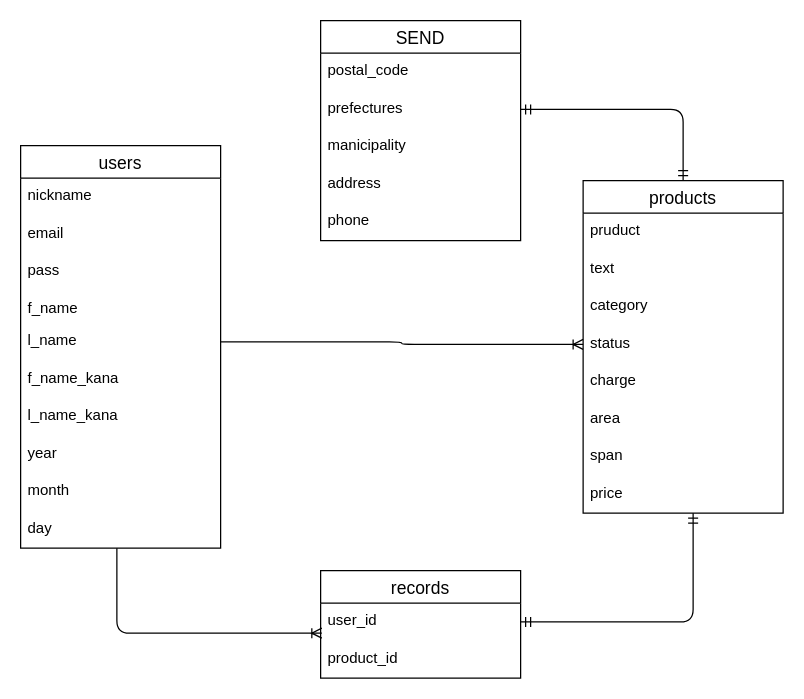
cafeaulate/furima-33837 keeps this draw.io diagram as furima.dio. Above is the earlier version. Source tidied: cells renumbered, new cells numbered last; positions are measured from the earlier drawing's top-left corner, leaving out a move shared by most shapes. Both pictures are drawn from the tidied source at 125%, with x=0, y=0 at pixel (20, 20).
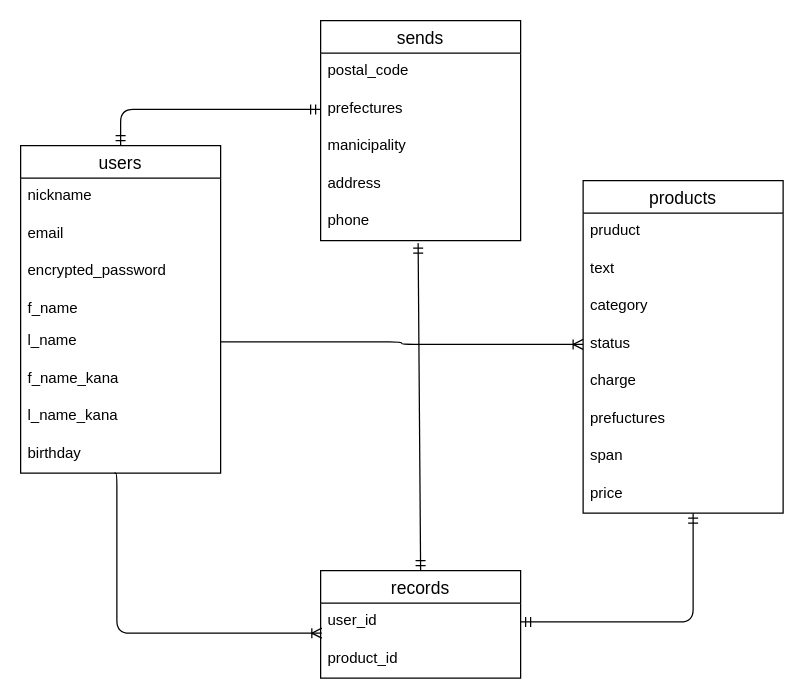
The same page after the edit.

The change refers to these unchanged cells:
```xml
<mxCell id="13" value="records" style="swimlane;fontStyle=0;horizontal=1;startSize=26;align=center;fontSize=14;" parent="1" vertex="1">
  <mxGeometry x="240" y="440" width="160" height="86" as="geometry" />
</mxCell>
<mxCell id="14" value="user_id" style="text;strokeColor=none;fillColor=none;spacingLeft=4;spacingRight=4;overflow=hidden;points=[[0,0.5],[1,0.5]];portConstraint=eastwest;fontSize=12;" parent="13" vertex="1">
  <mxGeometry y="26" width="160" height="30" as="geometry" />
</mxCell>
<mxCell id="18" value="prefectures" style="text;strokeColor=none;fillColor=none;spacingLeft=4;spacingRight=4;overflow=hidden;points=[[0,0.5],[1,0.5]];portConstraint=eastwest;fontSize=12;" parent="16" vertex="1">
  <mxGeometry y="56" width="160" height="30" as="geometry" />
</mxCell>
<mxCell id="22" value="products" style="swimlane;fontStyle=0;horizontal=1;startSize=26;align=center;fontSize=14;" parent="1" vertex="1">
  <mxGeometry x="450" y="128" width="160" height="266" as="geometry" />
</mxCell>
```

Change to the diagram source:
```diff
@@
     <mxCell id="2" value="users" style="swimlane;fontStyle=0;horizontal=1;startSize=26;align=center;fontSize=14;" parent="1" vertex="1">
-      <mxGeometry y="100" width="160" height="322" as="geometry" />
+      <mxGeometry y="100" width="160" height="262" as="geometry" />
     </mxCell>
@@
-    <mxCell id="5" value="pass" style="text;strokeColor=none;fillColor=none;spacingLeft=4;spacingRight=4;overflow=hidden;fontSize=12;" parent="2" vertex="1">
+    <mxCell id="5" value="encrypted_password" style="text;strokeColor=none;fillColor=none;spacingLeft=4;spacingRight=4;overflow=hidden;fontSize=12;" parent="2" vertex="1">
       <mxGeometry y="86" width="160" height="30" as="geometry" />
     </mxCell>
@@
-    <mxCell id="10" value="year" style="text;strokeColor=none;fillColor=none;spacingLeft=4;spacingRight=4;overflow=hidden;points=[[0,0.5],[1,0.5]];portConstraint=eastwest;fontSize=12;" parent="2" vertex="1">
+    <mxCell id="10" value="birthday" style="text;strokeColor=none;fillColor=none;spacingLeft=4;spacingRight=4;overflow=hidden;points=[[0,0.5],[1,0.5]];portConstraint=eastwest;fontSize=12;" parent="2" vertex="1">
       <mxGeometry y="232" width="160" height="30" as="geometry" />
     </mxCell>
-    <mxCell id="11" value="month" style="text;strokeColor=none;fillColor=none;spacingLeft=4;spacingRight=4;overflow=hidden;fontSize=12;" parent="2" vertex="1">
-      <mxGeometry y="262" width="160" height="30" as="geometry" />
-    </mxCell>
-    <mxCell id="12" value="day" style="text;strokeColor=none;fillColor=none;spacingLeft=4;spacingRight=4;overflow=hidden;points=[[0,0.5],[1,0.5]];portConstraint=eastwest;fontSize=12;" parent="2" vertex="1">
-      <mxGeometry y="292" width="160" height="30" as="geometry" />
-    </mxCell>
@@
-    <mxCell id="16" value="SEND" style="swimlane;fontStyle=0;horizontal=1;startSize=26;align=center;fontSize=14;" parent="1" vertex="1">
+    <mxCell id="16" value="sends" style="swimlane;fontStyle=0;horizontal=1;startSize=26;align=center;fontSize=14;" parent="1" vertex="1">
       <mxGeometry x="240" width="160" height="176" as="geometry" />
     </mxCell>
@@
-    <mxCell id="28" value="area" style="text;strokeColor=none;fillColor=none;spacingLeft=4;spacingRight=4;overflow=hidden;fontSize=12;" parent="22" vertex="1">
+    <mxCell id="28" value="prefuctures" style="text;strokeColor=none;fillColor=none;spacingLeft=4;spacingRight=4;overflow=hidden;fontSize=12;" parent="22" vertex="1">
       <mxGeometry y="176" width="160" height="30" as="geometry" />
     </mxCell>
@@
-    <mxCell id="31" style="edgeStyle=elbowEdgeStyle;fontSize=12;html=1;endArrow=ERoneToMany;entryX=0.006;entryY=0.8;entryDx=0;entryDy=0;entryPerimeter=0;" parent="1" edge="1" source="12" target="14">
+    <mxCell id="31" style="edgeStyle=elbowEdgeStyle;fontSize=12;html=1;endArrow=ERoneToMany;entryX=0.006;entryY=0.8;entryDx=0;entryDy=0;entryPerimeter=0;exitX=0.469;exitY=1;exitDx=0;exitDy=0;exitPerimeter=0;" parent="1" edge="1" source="10" target="14">
       <mxGeometry relative="1" as="geometry">
         <Array as="points">
           <mxPoint x="77" y="460" />
         </Array>
       </mxGeometry>
     </mxCell>
@@
-    <mxCell id="34" style="edgeStyle=orthogonalEdgeStyle;fontSize=12;html=1;endArrow=ERmandOne;startArrow=ERmandOne;entryX=0.5;entryY=0;entryDx=0;entryDy=0;exitX=1;exitY=0.5;exitDx=0;exitDy=0;" parent="1" edge="1" source="18" target="22">
-      <mxGeometry relative="1" as="geometry" />
-    </mxCell>
+    <mxCell id="35" style="edgeStyle=orthogonalEdgeStyle;fontSize=12;html=1;endArrow=ERmandOne;startArrow=ERmandOne;entryX=0;entryY=0.5;entryDx=0;entryDy=0;exitX=0.5;exitY=0;exitDx=0;exitDy=0;" parent="1" edge="1" source="2" target="18">
+      <mxGeometry relative="1" as="geometry" />
+    </mxCell>
+    <mxCell id="36" style="fontSize=12;html=1;endArrow=ERmandOne;startArrow=ERmandOne;exitX=0.5;exitY=0;exitDx=0;exitDy=0;" parent="1" edge="1" source="13">
+      <mxGeometry relative="1" as="geometry">
+        <mxPoint x="318" y="178" as="targetPoint" />
+      </mxGeometry>
+    </mxCell>
```
